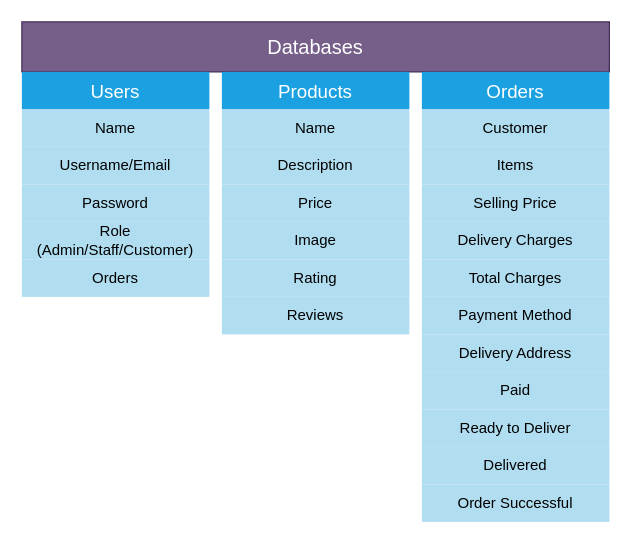
This is page "Database" (1 of 3) of Food Ordering Website (Fiverr).drawio from waqas-ahmd/drawio-charts, a draw.io file, before an edit. Source tidied: cells renumbered, new cells numbered last; positions are measured from the earlier drawing's top-left corner, leaving out a move shared by most shapes. Both pictures are drawn from the tidied source at 125%, with x=0, y=0 at pixel (21, 21).
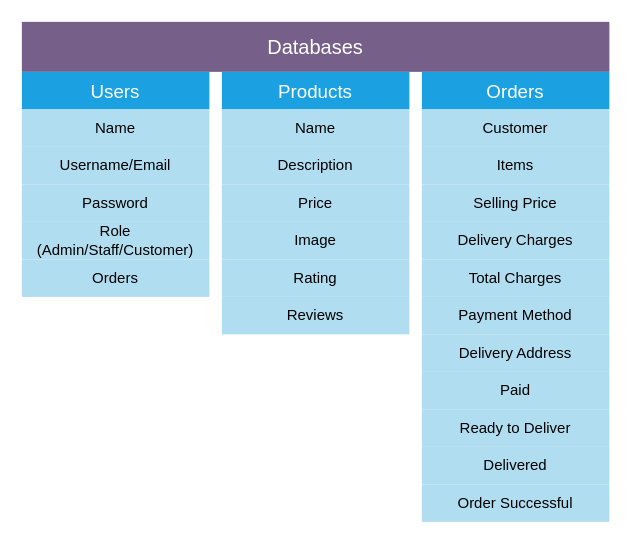
After the change.

Change to the diagram source:
```diff
@@
-    <mxCell id="2" value="Databases" style="rounded=0;whiteSpace=wrap;html=1;glass=0;fillColor=#76608a;fontColor=#ffffff;fontSize=16;strokeColor=#432D57;" parent="1" vertex="1">
+    <mxCell id="2" value="Databases" style="rounded=0;whiteSpace=wrap;html=1;glass=0;fillColor=#76608a;fontColor=#ffffff;fontSize=16;strokeColor=none;" parent="1" vertex="1">
       <mxGeometry width="470" height="40" as="geometry" />
     </mxCell>
```
